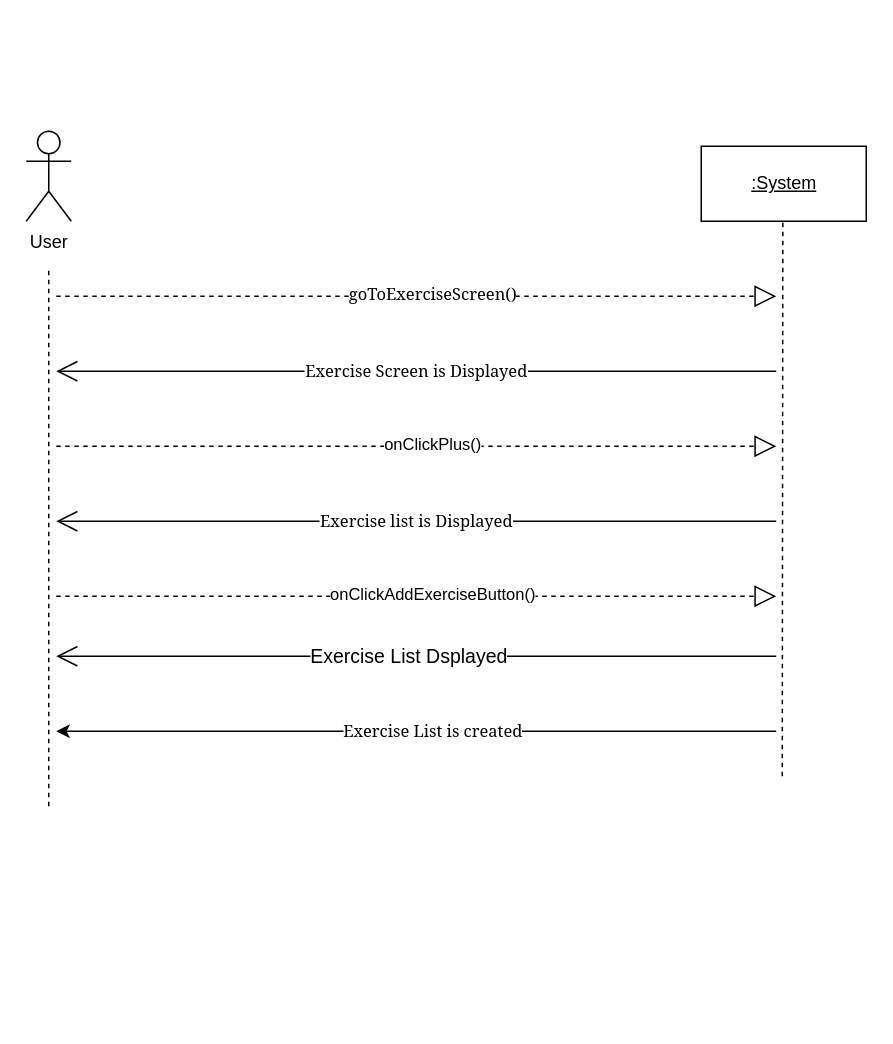
Above: SSD - Select Exercise.drawio in Esaied19/Team-Albatross (draw.io), before the change. Source tidied: cells renumbered, new cells numbered last; positions are measured from the earlier drawing's top-left corner, leaving out a move shared by most shapes. Both pictures are drawn from the tidied source at 150%, with x=0, y=0 at pixel (26, 130).
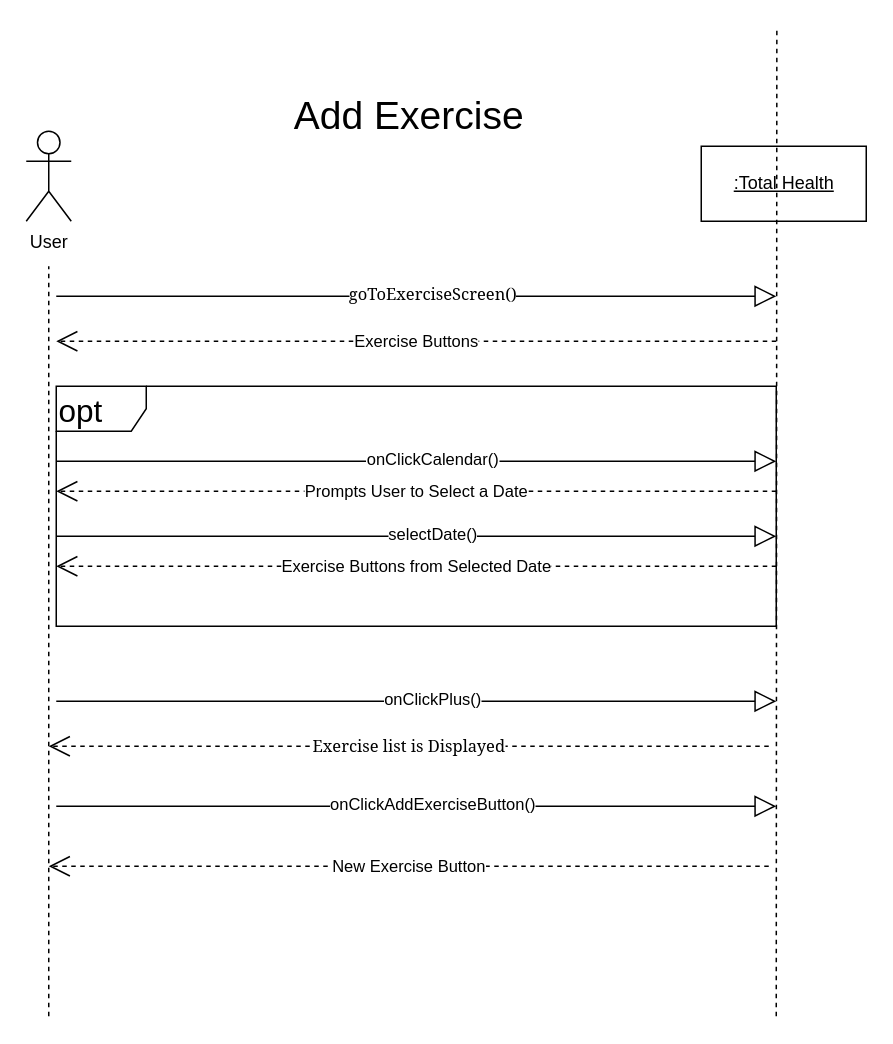
The same diagram, later.

Diff of the diagram source:
```diff
@@
-    <mxCell id="3" value="&lt;u&gt;:System&lt;/u&gt;" style="html=1;" parent="1" vertex="1">
+    <mxCell id="3" value="&lt;u&gt;:Total Health&lt;br&gt;&lt;/u&gt;" style="html=1;" parent="1" vertex="1">
       <mxGeometry x="450" y="10" width="110" height="50" as="geometry" />
     </mxCell>
     <mxCell id="4" style="endArrow=none;dashed=1;html=1;rounded=0;" parent="1" edge="1">
       <mxGeometry relative="1" as="geometry">
-        <mxPoint x="15" y="450" as="sourcePoint" />
+        <mxPoint x="15" y="590" as="sourcePoint" />
         <mxPoint x="15" y="90" as="targetPoint" />
       </mxGeometry>
     </mxCell>
     <mxCell id="5" style="endArrow=none;dashed=1;html=1;rounded=0;" parent="1" edge="1">
       <mxGeometry relative="1" as="geometry">
-        <mxPoint x="504" y="430" as="sourcePoint" />
-        <mxPoint x="504.4" y="60" as="targetPoint" />
+        <mxPoint x="500" y="590" as="sourcePoint" />
+        <mxPoint x="500.4" y="-70" as="targetPoint" />
       </mxGeometry>
     </mxCell>
-    <mxCell id="6" value="&lt;font face=&quot;Georgia&quot;&gt;Exercise Screen is Displayed&lt;br&gt;&lt;/font&gt;" style="endArrow=open;endFill=1;endSize=12;html=1;rounded=0;" parent="1" edge="1">
+    <mxCell id="6" value="Exercise Buttons" style="endArrow=open;endFill=1;endSize=12;html=1;rounded=0;dashed=1;" parent="1" edge="1">
       <mxGeometry relative="1" as="geometry">
-        <mxPoint x="500" y="160" as="sourcePoint" />
-        <mxPoint x="20" y="160" as="targetPoint" />
+        <mxPoint x="500" y="140" as="sourcePoint" />
+        <mxPoint x="20" y="140" as="targetPoint" />
       </mxGeometry>
     </mxCell>
-    <mxCell id="7" style="endArrow=block;dashed=1;endFill=0;endSize=12;html=1;rounded=0;" parent="1" edge="1">
+    <mxCell id="7" style="endArrow=block;endFill=0;endSize=12;html=1;rounded=0;" parent="1" edge="1">
       <mxGeometry relative="1" as="geometry">
         <mxPoint x="20" y="110" as="sourcePoint" />
         <mxPoint x="500" y="110" as="targetPoint" />
       </mxGeometry>
     </mxCell>
@@
-    <mxCell id="9" style="endArrow=block;dashed=1;endFill=0;endSize=12;html=1;rounded=0;" parent="1" edge="1">
+    <mxCell id="9" style="endArrow=block;endFill=0;endSize=12;html=1;rounded=0;" parent="1" edge="1">
       <mxGeometry relative="1" as="geometry">
-        <mxPoint x="20" y="210" as="sourcePoint" />
-        <mxPoint x="500" y="210" as="targetPoint" />
+        <mxPoint x="20" y="380" as="sourcePoint" />
+        <mxPoint x="500" y="380" as="targetPoint" />
       </mxGeometry>
     </mxCell>
@@
-    <mxCell id="11" value="&lt;font face=&quot;Georgia&quot;&gt;Exercise list is Displayed&lt;/font&gt;" style="endArrow=open;endFill=1;endSize=12;html=1;rounded=0;" parent="1" edge="1">
+    <mxCell id="11" value="&lt;font face=&quot;Georgia&quot;&gt;Exercise list is Displayed&lt;/font&gt;" style="endArrow=open;endFill=1;endSize=12;html=1;rounded=0;dashed=1;" parent="1" edge="1">
       <mxGeometry relative="1" as="geometry">
-        <mxPoint x="500" y="260" as="sourcePoint" />
-        <mxPoint x="20" y="260" as="targetPoint" />
+        <mxPoint x="495" y="410" as="sourcePoint" />
+        <mxPoint x="15" y="410" as="targetPoint" />
       </mxGeometry>
     </mxCell>
-    <mxCell id="12" value="&lt;span style=&quot;font-size: 13px ; color: #000000 ; font-weight: normal ; text-decoration: none ; font-family: &amp;#34;arial&amp;#34; ; font-style: normal&quot;&gt;Exercise List Dsplayed&lt;/span&gt;" style="endArrow=open;endFill=1;endSize=12;html=1;rounded=0;" parent="1" edge="1">
-      <mxGeometry x="0.02" relative="1" as="geometry">
-        <mxPoint x="500" y="350" as="sourcePoint" />
-        <mxPoint x="20" y="350" as="targetPoint" />
-      </mxGeometry>
-    </mxCell>
-    <mxCell id="13" style="endArrow=block;dashed=1;endFill=0;endSize=12;html=1;rounded=0;" parent="1" edge="1">
+    <mxCell id="13" style="endArrow=block;endFill=0;endSize=12;html=1;rounded=0;" parent="1" edge="1">
       <mxGeometry relative="1" as="geometry">
-        <mxPoint x="20" y="310" as="sourcePoint" />
-        <mxPoint x="500" y="310" as="targetPoint" />
+        <mxPoint x="20" y="450" as="sourcePoint" />
+        <mxPoint x="500" y="450" as="targetPoint" />
       </mxGeometry>
     </mxCell>
@@
-    <mxCell id="15" style="endArrow=classic;html=1;rounded=0;fontFamily=Georgia;" parent="1" edge="1">
-      <mxGeometry relative="1" as="geometry">
-        <mxPoint x="500" y="400" as="sourcePoint" />
-        <mxPoint x="20" y="400" as="targetPoint" />
-      </mxGeometry>
-    </mxCell>
-    <mxCell id="16" value="&lt;div&gt;Exercise List is created&lt;/div&gt;" style="edgeLabel;html=1;align=center;verticalAlign=middle;fontFamily=Georgia;" parent="15" vertex="1">
-      <mxGeometry x="0.08" y="-2" relative="1" as="geometry">
-        <mxPoint x="29" as="offset" />
-      </mxGeometry>
-    </mxCell>
+    <mxCell id="17" value="&lt;font style=&quot;font-size: 26px&quot;&gt;Add Exercise&lt;br&gt;&lt;/font&gt;" style="text;html=1;align=center;verticalAlign=middle;strokeColor=none;fillColor=none;" parent="1" vertex="1">
+      <mxGeometry x="170" y="-20" width="170" height="20" as="geometry" />
+    </mxCell>
+    <mxCell id="18" value="&lt;div align=&quot;left&quot;&gt;&lt;font style=&quot;font-size: 21px&quot;&gt;opt&lt;/font&gt;&lt;/div&gt;" style="shape=umlFrame;whiteSpace=wrap;html=1;fontSize=26;align=left;" parent="1" vertex="1">
+      <mxGeometry x="20" y="170" width="480" height="160" as="geometry" />
+    </mxCell>
+    <mxCell id="19" style="endArrow=block;endFill=0;endSize=12;html=1;rounded=0;" parent="1" edge="1">
+      <mxGeometry relative="1" as="geometry">
+        <mxPoint x="20" y="220" as="sourcePoint" />
+        <mxPoint x="500" y="220" as="targetPoint" />
+      </mxGeometry>
+    </mxCell>
+    <mxCell id="20" value="onClickCalendar()" style="edgeLabel;html=1;align=center;verticalAlign=middle;" parent="19" vertex="1">
+      <mxGeometry x="0.04" y="2" relative="1" as="geometry" />
+    </mxCell>
+    <mxCell id="21" value="&lt;font style=&quot;font-size: 11px&quot;&gt;&lt;span style=&quot;color: rgb(0 , 0 , 0) ; font-weight: normal ; text-decoration: none ; font-family: &amp;#34;arial&amp;#34; ; font-style: normal&quot;&gt;Prompts User to Select a Date&lt;/span&gt;&lt;/font&gt;" style="endArrow=open;endFill=1;endSize=12;html=1;rounded=0;dashed=1;" parent="1" edge="1">
+      <mxGeometry relative="1" as="geometry">
+        <mxPoint x="500" y="240" as="sourcePoint" />
+        <mxPoint x="20" y="240" as="targetPoint" />
+      </mxGeometry>
+    </mxCell>
+    <mxCell id="22" style="endArrow=block;endFill=0;endSize=12;html=1;rounded=0;" parent="1" edge="1">
+      <mxGeometry relative="1" as="geometry">
+        <mxPoint x="20" y="270" as="sourcePoint" />
+        <mxPoint x="500" y="270" as="targetPoint" />
+      </mxGeometry>
+    </mxCell>
+    <mxCell id="23" value="selectDate()" style="edgeLabel;html=1;align=center;verticalAlign=middle;" parent="22" vertex="1">
+      <mxGeometry x="0.04" y="2" relative="1" as="geometry" />
+    </mxCell>
+    <mxCell id="24" value="Exercise Buttons from Selected Date" style="endArrow=open;endFill=1;endSize=12;html=1;rounded=0;dashed=1;" parent="1" edge="1">
+      <mxGeometry relative="1" as="geometry">
+        <mxPoint x="500" y="290" as="sourcePoint" />
+        <mxPoint x="20" y="290" as="targetPoint" />
+      </mxGeometry>
+    </mxCell>
+    <mxCell id="25" value="New Exercise Button" style="endArrow=open;endFill=1;endSize=12;html=1;rounded=0;dashed=1;" parent="1" edge="1">
+      <mxGeometry relative="1" as="geometry">
+        <mxPoint x="495" y="490" as="sourcePoint" />
+        <mxPoint x="15" y="490" as="targetPoint" />
+      </mxGeometry>
+    </mxCell>
```
